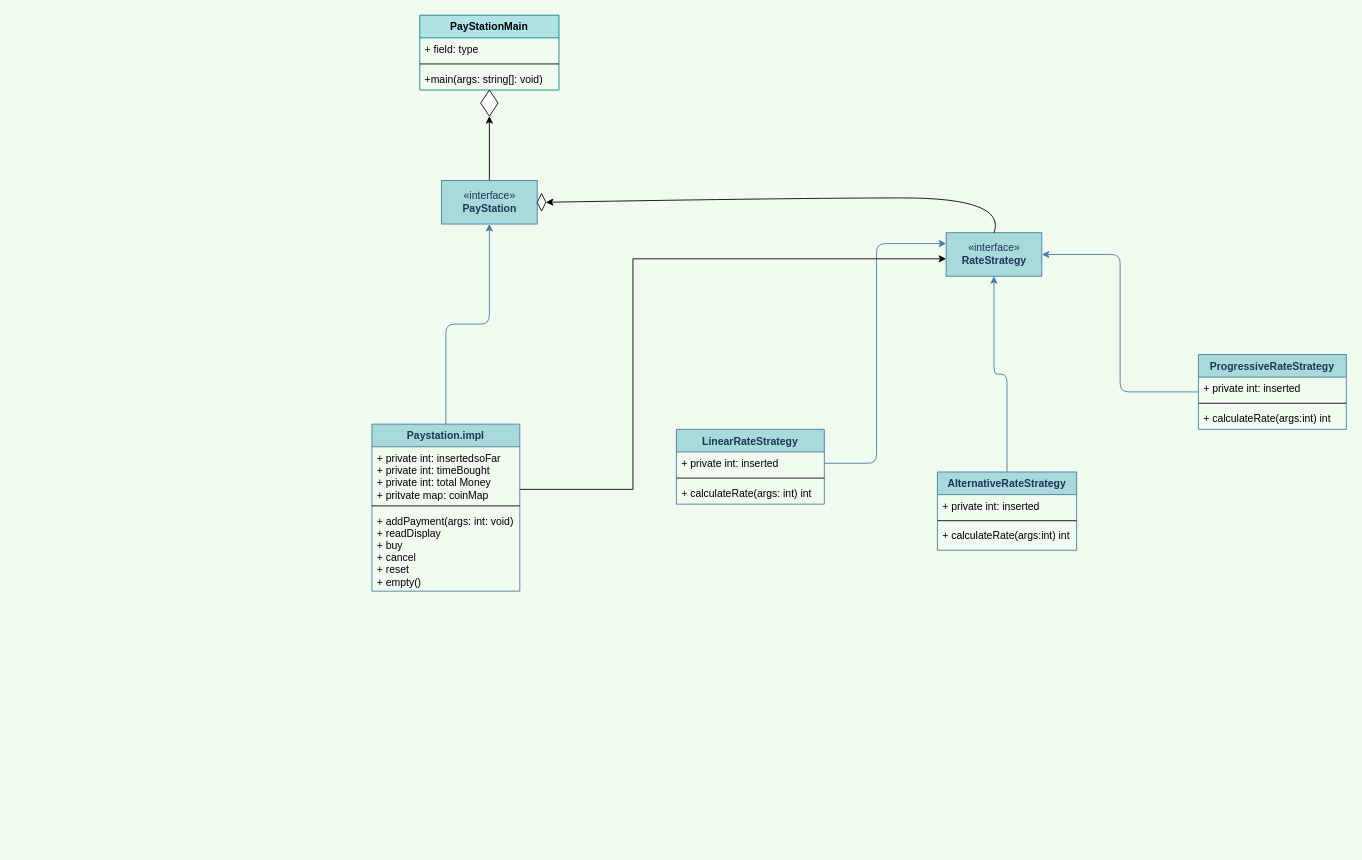
Earlier version of the draw.io diagram .github/Untitled Diagram.drawio (CIS-SoftwareDesign-S21/paystationmain-02-libohova-zhou). Source tidied: cells renumbered, new cells numbered last; positions are measured from the earlier drawing's top-left corner, leaving out a move shared by most shapes. Both pictures are drawn from the tidied source at 87%, with x=0, y=0 at pixel (371, 15).
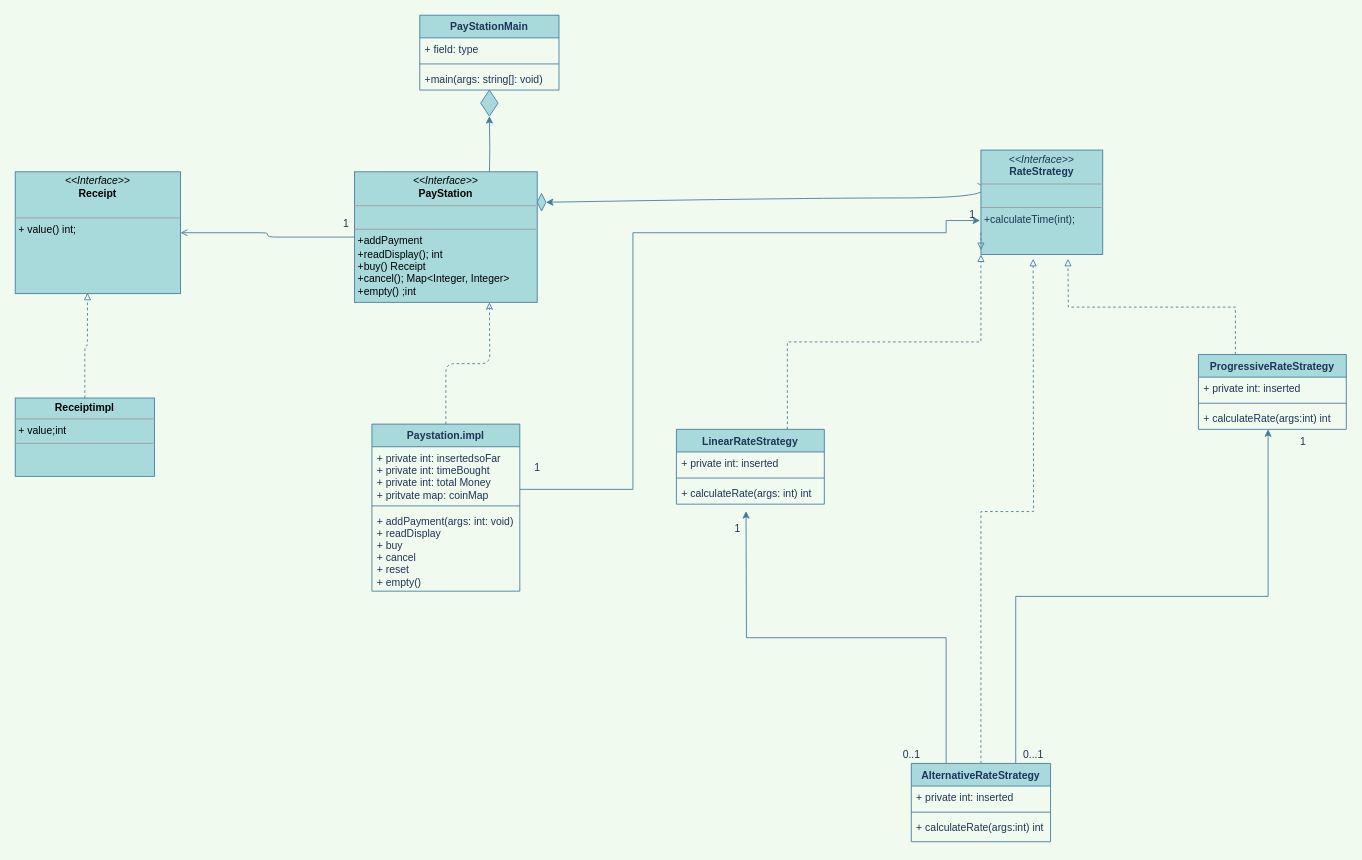
The same diagram, later.

The change refers to these unchanged cells:
```xml
<mxCell id="5" value="ProgressiveRateStrategy" style="swimlane;fontStyle=1;align=center;verticalAlign=top;horizontal=1;startSize=26;rounded=0;sketch=0;strokeColor=#457B9D;fillColor=#A8DADC;fontColor=#1D3557;" parent="1" vertex="1">
  <mxGeometry x="950" y="390" width="170" height="86" as="geometry" />
</mxCell>
<mxCell id="14" value="LinearRateStrategy&#10;" style="swimlane;fontStyle=1;align=center;verticalAlign=top;horizontal=1;startSize=26;rounded=0;sketch=0;strokeColor=#457B9D;fillColor=#A8DADC;fontColor=#1D3557;" parent="1" vertex="1">
  <mxGeometry x="350" y="476" width="170" height="86" as="geometry" />
</mxCell>
<mxCell id="23" value="Paystation.impl" style="swimlane;fontStyle=1;align=center;verticalAlign=top;horizontal=1;startSize=26;rounded=0;sketch=0;strokeColor=#457B9D;fillColor=#A8DADC;fontColor=#1D3557;" parent="1" vertex="1">
  <mxGeometry y="470" width="170" height="192" as="geometry" />
</mxCell>
```

Change to the diagram source:
```diff
@@
-    <mxCell id="2" value="«interface»&lt;br&gt;&lt;b&gt;RateStrategy&lt;/b&gt;" style="html=1;rounded=0;sketch=0;strokeColor=#457B9D;fillColor=#A8DADC;fontColor=#1D3557;" parent="1" vertex="1">
-      <mxGeometry x="660" y="250" width="110" height="50" as="geometry" />
-    </mxCell>
-    <mxCell id="3" style="edgeStyle=orthogonalEdgeStyle;curved=0;rounded=1;sketch=0;orthogonalLoop=1;jettySize=auto;html=1;exitX=0.5;exitY=1;exitDx=0;exitDy=0;strokeColor=#457B9D;fillColor=#A8DADC;fontColor=#1D3557;" parent="1" edge="1" source="2" target="2">
-      <mxGeometry relative="1" as="geometry" />
+    <mxCell id="3" style="edgeStyle=orthogonalEdgeStyle;curved=0;rounded=1;sketch=0;orthogonalLoop=1;jettySize=auto;html=1;exitX=0.5;exitY=1;exitDx=0;exitDy=0;strokeColor=#457B9D;fillColor=#A8DADC;fontColor=#1D3557;labelBackgroundColor=#F1FAEE;" parent="1" edge="1">
+      <mxGeometry relative="1" as="geometry">
+        <mxPoint x="715" y="310" as="sourcePoint" />
+        <mxPoint x="715" y="310" as="targetPoint" />
+      </mxGeometry>
     </mxCell>
-    <mxCell id="4" style="edgeStyle=orthogonalEdgeStyle;curved=0;rounded=1;sketch=0;jettySize=auto;html=1;entryX=1;entryY=0.5;entryDx=0;entryDy=0;strokeColor=#457B9D;fillColor=#A8DADC;fontColor=#1D3557;" parent="1" edge="1" source="5" target="2">
-      <mxGeometry relative="1" as="geometry" />
-    </mxCell>
+    <mxCell id="34" style="edgeStyle=orthogonalEdgeStyle;rounded=0;jettySize=auto;html=1;exitX=0.25;exitY=0;exitDx=0;exitDy=0;dashed=1;endArrow=block;endFill=0;labelBackgroundColor=#F1FAEE;strokeColor=#457B9D;fontColor=#1D3557;" parent="1" edge="1" source="5">
+      <mxGeometry relative="1" as="geometry">
+        <mxPoint x="800" y="280" as="targetPoint" />
+      </mxGeometry>
+    </mxCell>
@@
-    <mxCell id="6" value="+ private int: inserted" style="text;strokeColor=none;fillColor=none;align=left;verticalAlign=top;spacingLeft=4;spacingRight=4;overflow=hidden;" parent="5" vertex="1">
+    <mxCell id="6" value="+ private int: inserted" style="text;strokeColor=none;fillColor=none;align=left;verticalAlign=top;spacingLeft=4;spacingRight=4;overflow=hidden;fontColor=#1D3557;" parent="5" vertex="1">
       <mxGeometry y="26" width="170" height="26" as="geometry" />
     </mxCell>
-    <mxCell id="7" style="line;strokeWidth=1;fillColor=none;align=left;verticalAlign=middle;spacingTop=-1;spacingLeft=3;spacingRight=3;labelPosition=right;" parent="5" vertex="1">
+    <mxCell id="7" style="line;strokeWidth=1;fillColor=none;align=left;verticalAlign=middle;spacingTop=-1;spacingLeft=3;spacingRight=3;labelPosition=right;labelBackgroundColor=#F1FAEE;strokeColor=#457B9D;fontColor=#1D3557;" parent="5" vertex="1">
       <mxGeometry y="52" width="170" height="8" as="geometry" />
     </mxCell>
-    <mxCell id="8" value="+ calculateRate(args:int) int" style="text;strokeColor=none;fillColor=none;align=left;verticalAlign=top;spacingLeft=4;spacingRight=4;overflow=hidden;points=[[0,0.5],[1,0.5]];portConstraint=eastwest;" parent="5" vertex="1">
+    <mxCell id="8" value="+ calculateRate(args:int) int" style="text;strokeColor=none;fillColor=none;align=left;verticalAlign=top;spacingLeft=4;spacingRight=4;overflow=hidden;points=[[0,0.5],[1,0.5]];portConstraint=eastwest;fontColor=#1D3557;" parent="5" vertex="1">
       <mxGeometry y="60" width="170" height="26" as="geometry" />
     </mxCell>
-    <mxCell id="9" style="edgeStyle=orthogonalEdgeStyle;curved=0;rounded=1;sketch=0;jettySize=auto;html=1;exitX=0.5;exitY=0;exitDx=0;exitDy=0;strokeColor=#457B9D;fillColor=#A8DADC;fontColor=#1D3557;" parent="1" edge="1" source="10" target="2">
-      <mxGeometry relative="1" as="geometry" />
-    </mxCell>
+    <mxCell id="35" style="edgeStyle=orthogonalEdgeStyle;rounded=0;jettySize=auto;html=1;exitX=0.75;exitY=0;exitDx=0;exitDy=0;entryX=0.471;entryY=1;entryDx=0;entryDy=0;entryPerimeter=0;labelBackgroundColor=#F1FAEE;strokeColor=#457B9D;fontColor=#1D3557;" parent="1" edge="1" source="10" target="8">
+      <mxGeometry relative="1" as="geometry" />
+    </mxCell>
+    <mxCell id="36" style="edgeStyle=orthogonalEdgeStyle;rounded=0;jettySize=auto;html=1;exitX=0.25;exitY=0;exitDx=0;exitDy=0;labelBackgroundColor=#F1FAEE;strokeColor=#457B9D;fontColor=#1D3557;" parent="1" edge="1" source="10">
+      <mxGeometry relative="1" as="geometry">
+        <mxPoint x="430" y="570" as="targetPoint" />
+      </mxGeometry>
+    </mxCell>
+    <mxCell id="37" style="edgeStyle=orthogonalEdgeStyle;rounded=0;jettySize=auto;html=1;exitX=0.5;exitY=0;exitDx=0;exitDy=0;dashed=1;endArrow=block;endFill=0;labelBackgroundColor=#F1FAEE;strokeColor=#457B9D;fontColor=#1D3557;" parent="1" edge="1" source="10">
+      <mxGeometry relative="1" as="geometry">
+        <mxPoint x="760" y="280" as="targetPoint" />
+      </mxGeometry>
+    </mxCell>
     <mxCell id="10" value="AlternativeRateStrategy" style="swimlane;fontStyle=1;align=center;verticalAlign=top;horizontal=1;startSize=26;rounded=0;sketch=0;strokeColor=#457B9D;fillColor=#A8DADC;fontColor=#1D3557;" parent="1" vertex="1">
-      <mxGeometry x="650" y="525" width="160" height="90" as="geometry" />
+      <mxGeometry x="620" y="860" width="160" height="90" as="geometry" />
     </mxCell>
-    <mxCell id="11" value="+ private int: inserted" style="text;strokeColor=none;fillColor=none;align=left;verticalAlign=top;spacingLeft=4;spacingRight=4;overflow=hidden;" parent="10" vertex="1">
+    <mxCell id="11" value="+ private int: inserted" style="text;strokeColor=none;fillColor=none;align=left;verticalAlign=top;spacingLeft=4;spacingRight=4;overflow=hidden;fontColor=#1D3557;" parent="10" vertex="1">
       <mxGeometry y="26" width="160" height="26" as="geometry" />
     </mxCell>
-    <mxCell id="12" style="line;strokeWidth=1;fillColor=none;align=left;verticalAlign=middle;spacingTop=-1;spacingLeft=3;spacingRight=3;labelPosition=right;" parent="10" vertex="1">
+    <mxCell id="12" style="line;strokeWidth=1;fillColor=none;align=left;verticalAlign=middle;spacingTop=-1;spacingLeft=3;spacingRight=3;labelPosition=right;labelBackgroundColor=#F1FAEE;strokeColor=#457B9D;fontColor=#1D3557;" parent="10" vertex="1">
       <mxGeometry y="52" width="160" height="8" as="geometry" />
     </mxCell>
-    <mxCell id="13" value="+ calculateRate(args:int) int" style="text;strokeColor=none;fillColor=none;align=left;verticalAlign=top;spacingLeft=4;spacingRight=4;overflow=hidden;" parent="10" vertex="1">
+    <mxCell id="13" value="+ calculateRate(args:int) int" style="text;strokeColor=none;fillColor=none;align=left;verticalAlign=top;spacingLeft=4;spacingRight=4;overflow=hidden;fontColor=#1D3557;" parent="10" vertex="1">
       <mxGeometry y="60" width="160" height="30" as="geometry" />
     </mxCell>
+    <mxCell id="38" style="edgeStyle=orthogonalEdgeStyle;rounded=0;jettySize=auto;html=1;exitX=0.75;exitY=0;exitDx=0;exitDy=0;entryX=0;entryY=1;entryDx=0;entryDy=0;dashed=1;endArrow=block;endFill=0;labelBackgroundColor=#F1FAEE;strokeColor=#457B9D;fontColor=#1D3557;" parent="1" edge="1" source="14" target="42">
+      <mxGeometry relative="1" as="geometry" />
+    </mxCell>
@@
-    <mxCell id="15" value="+ private int: inserted" style="text;strokeColor=none;fillColor=none;align=left;verticalAlign=top;spacingLeft=4;spacingRight=4;overflow=hidden;points=[[0,0.5],[1,0.5]];portConstraint=eastwest;" parent="14" vertex="1">
+    <mxCell id="15" value="+ private int: inserted" style="text;strokeColor=none;fillColor=none;align=left;verticalAlign=top;spacingLeft=4;spacingRight=4;overflow=hidden;points=[[0,0.5],[1,0.5]];portConstraint=eastwest;fontColor=#1D3557;" parent="14" vertex="1">
       <mxGeometry y="26" width="170" height="26" as="geometry" />
     </mxCell>
-    <mxCell id="16" style="line;strokeWidth=1;fillColor=none;align=left;verticalAlign=middle;spacingTop=-1;spacingLeft=3;spacingRight=3;labelPosition=right;" parent="14" vertex="1">
+    <mxCell id="16" style="line;strokeWidth=1;fillColor=none;align=left;verticalAlign=middle;spacingTop=-1;spacingLeft=3;spacingRight=3;labelPosition=right;labelBackgroundColor=#F1FAEE;strokeColor=#457B9D;fontColor=#1D3557;" parent="14" vertex="1">
       <mxGeometry y="52" width="170" height="8" as="geometry" />
     </mxCell>
-    <mxCell id="17" value="+ calculateRate(args: int) int" style="text;strokeColor=none;fillColor=none;align=left;verticalAlign=top;spacingLeft=4;spacingRight=4;overflow=hidden;" parent="14" vertex="1">
+    <mxCell id="17" value="+ calculateRate(args: int) int" style="text;strokeColor=none;fillColor=none;align=left;verticalAlign=top;spacingLeft=4;spacingRight=4;overflow=hidden;fontColor=#1D3557;" parent="14" vertex="1">
       <mxGeometry y="60" width="170" height="26" as="geometry" />
     </mxCell>
-    <mxCell id="18" style="edgeStyle=orthogonalEdgeStyle;curved=0;rounded=1;sketch=0;jettySize=auto;html=1;exitX=1;exitY=0.5;exitDx=0;exitDy=0;entryX=0;entryY=0.25;entryDx=0;entryDy=0;strokeColor=#457B9D;fillColor=#A8DADC;fontColor=#1D3557;" parent="1" edge="1" source="15" target="2">
-      <mxGeometry relative="1" as="geometry">
-        <Array as="points">
-          <mxPoint x="580" y="515" />
-          <mxPoint x="580" y="263" />
-        </Array>
-      </mxGeometry>
-    </mxCell>
-    <mxCell id="19" style="edgeStyle=orthogonalEdgeStyle;rounded=0;jettySize=auto;html=1;exitX=0.5;exitY=0;exitDx=0;exitDy=0;entryX=0.5;entryY=1;entryDx=0;entryDy=0;" parent="1" edge="1" source="20" target="31">
-      <mxGeometry relative="1" as="geometry" />
+    <mxCell id="19" style="edgeStyle=orthogonalEdgeStyle;rounded=0;jettySize=auto;html=1;exitX=0.5;exitY=0;exitDx=0;exitDy=0;entryX=0.5;entryY=1;entryDx=0;entryDy=0;labelBackgroundColor=#F1FAEE;strokeColor=#457B9D;fontColor=#1D3557;" parent="1" edge="1" target="31">
+      <mxGeometry relative="1" as="geometry">
+        <mxPoint x="135" y="190" as="sourcePoint" />
+      </mxGeometry>
     </mxCell>
-    <mxCell id="20" value="«interface»&lt;br&gt;&lt;b&gt;PayStation&lt;/b&gt;" style="html=1;rounded=0;sketch=0;strokeColor=#457B9D;fillColor=#A8DADC;fontColor=#1D3557;" parent="1" vertex="1">
-      <mxGeometry x="80" y="190" width="110" height="50" as="geometry" />
-    </mxCell>
-    <mxCell id="21" style="edgeStyle=orthogonalEdgeStyle;curved=0;rounded=1;sketch=0;jettySize=auto;html=1;entryX=0.5;entryY=1;entryDx=0;entryDy=0;strokeColor=#457B9D;fillColor=#A8DADC;fontColor=#1D3557;" parent="1" edge="1" source="23" target="20">
-      <mxGeometry relative="1" as="geometry" />
+    <mxCell id="21" style="edgeStyle=orthogonalEdgeStyle;curved=0;rounded=1;sketch=0;jettySize=auto;html=1;entryX=0.5;entryY=1;entryDx=0;entryDy=0;strokeColor=#457B9D;fillColor=#A8DADC;fontColor=#1D3557;labelBackgroundColor=#F1FAEE;dashed=1;endArrow=classic;endFill=0;" parent="1" edge="1" source="23">
+      <mxGeometry relative="1" as="geometry">
+        <mxPoint x="135" y="330" as="targetPoint" />
+      </mxGeometry>
     </mxCell>
-    <mxCell id="22" style="edgeStyle=orthogonalEdgeStyle;rounded=0;jettySize=auto;html=1;" parent="1" edge="1" source="23" target="2">
+    <mxCell id="22" style="edgeStyle=orthogonalEdgeStyle;rounded=0;jettySize=auto;html=1;labelBackgroundColor=#F1FAEE;strokeColor=#457B9D;fontColor=#1D3557;entryX=-0.007;entryY=0.675;entryDx=0;entryDy=0;entryPerimeter=0;" parent="1" edge="1" source="23" target="42">
       <mxGeometry relative="1" as="geometry">
         <Array as="points">
           <mxPoint x="300" y="545" />
-          <mxPoint x="300" y="280" />
+          <mxPoint x="300" y="250" />
+          <mxPoint x="660" y="250" />
+          <mxPoint x="660" y="236" />
         </Array>
       </mxGeometry>
     </mxCell>
@@
-    <mxCell id="24" value="+ private int: insertedsoFar&#10;+ private int: timeBought&#10;+ private int: total Money&#10;+ pritvate map: coinMap" style="text;strokeColor=none;fillColor=none;align=left;verticalAlign=top;spacingLeft=4;spacingRight=4;overflow=hidden;" parent="23" vertex="1">
+    <mxCell id="24" value="+ private int: insertedsoFar&#10;+ private int: timeBought&#10;+ private int: total Money&#10;+ pritvate map: coinMap" style="text;strokeColor=none;fillColor=none;align=left;verticalAlign=top;spacingLeft=4;spacingRight=4;overflow=hidden;fontColor=#1D3557;" parent="23" vertex="1">
       <mxGeometry y="26" width="170" height="64" as="geometry" />
     </mxCell>
-    <mxCell id="25" style="line;strokeWidth=1;fillColor=none;align=left;verticalAlign=middle;spacingTop=-1;spacingLeft=3;spacingRight=3;labelPosition=right;" parent="23" vertex="1">
+    <mxCell id="25" style="line;strokeWidth=1;fillColor=none;align=left;verticalAlign=middle;spacingTop=-1;spacingLeft=3;spacingRight=3;labelPosition=right;labelBackgroundColor=#F1FAEE;strokeColor=#457B9D;fontColor=#1D3557;" parent="23" vertex="1">
       <mxGeometry y="90" width="170" height="8" as="geometry" />
     </mxCell>
-    <mxCell id="26" value="+ addPayment(args: int: void)&#10;+ readDisplay&#10;+ buy&#10;+ cancel&#10;+ reset&#10;+ empty()&#10;" style="text;strokeColor=none;fillColor=none;align=left;verticalAlign=top;spacingLeft=4;spacingRight=4;overflow=hidden;" parent="23" vertex="1">
+    <mxCell id="26" value="+ addPayment(args: int: void)&#10;+ readDisplay&#10;+ buy&#10;+ cancel&#10;+ reset&#10;+ empty()&#10;" style="text;strokeColor=none;fillColor=none;align=left;verticalAlign=top;spacingLeft=4;spacingRight=4;overflow=hidden;fontColor=#1D3557;" parent="23" vertex="1">
       <mxGeometry y="98" width="170" height="94" as="geometry" />
     </mxCell>
-    <mxCell id="27" value="PayStationMain" style="swimlane;fontStyle=1;align=center;verticalAlign=top;horizontal=1;startSize=26;fillColor=#b0e3e6;strokeColor=#0e8088;" parent="1" vertex="1">
+    <mxCell id="27" value="PayStationMain" style="swimlane;fontStyle=1;align=center;verticalAlign=top;horizontal=1;startSize=26;fillColor=#A8DADC;strokeColor=#457B9D;fontColor=#1D3557;" parent="1" vertex="1">
       <mxGeometry x="55" width="160" height="86" as="geometry" />
     </mxCell>
-    <mxCell id="28" value="+ field: type" style="text;strokeColor=none;fillColor=none;align=left;verticalAlign=top;spacingLeft=4;spacingRight=4;overflow=hidden;" parent="27" vertex="1">
+    <mxCell id="28" value="+ field: type" style="text;strokeColor=none;fillColor=none;align=left;verticalAlign=top;spacingLeft=4;spacingRight=4;overflow=hidden;fontColor=#1D3557;" parent="27" vertex="1">
       <mxGeometry y="26" width="160" height="26" as="geometry" />
     </mxCell>
-    <mxCell id="29" style="line;strokeWidth=1;fillColor=none;align=left;verticalAlign=middle;spacingTop=-1;spacingLeft=3;spacingRight=3;labelPosition=right;" parent="27" vertex="1">
+    <mxCell id="29" style="line;strokeWidth=1;fillColor=none;align=left;verticalAlign=middle;spacingTop=-1;spacingLeft=3;spacingRight=3;labelPosition=right;labelBackgroundColor=#F1FAEE;strokeColor=#457B9D;fontColor=#1D3557;" parent="27" vertex="1">
       <mxGeometry y="52" width="160" height="8" as="geometry" />
     </mxCell>
-    <mxCell id="30" value="+main(args: string[]: void)" style="text;strokeColor=none;fillColor=none;align=left;verticalAlign=top;spacingLeft=4;spacingRight=4;overflow=hidden;" parent="27" vertex="1">
+    <mxCell id="30" value="+main(args: string[]: void)" style="text;strokeColor=none;fillColor=none;align=left;verticalAlign=top;spacingLeft=4;spacingRight=4;overflow=hidden;fontColor=#1D3557;" parent="27" vertex="1">
       <mxGeometry y="60" width="160" height="26" as="geometry" />
     </mxCell>
-    <mxCell id="31" style="rhombus;whiteSpace=wrap;html=1;" parent="1" vertex="1">
+    <mxCell id="31" style="rhombus;whiteSpace=wrap;html=1;fillColor=#A8DADC;strokeColor=#457B9D;fontColor=#1D3557;" parent="1" vertex="1">
       <mxGeometry x="125" y="86" width="20" height="30" as="geometry" />
     </mxCell>
-    <mxCell id="32" style="rhombus;whiteSpace=wrap;html=1;" parent="1" vertex="1">
+    <mxCell id="32" style="rhombus;whiteSpace=wrap;html=1;fillColor=#A8DADC;strokeColor=#457B9D;fontColor=#1D3557;" parent="1" vertex="1">
       <mxGeometry x="190" y="205" width="10" height="20" as="geometry" />
     </mxCell>
-    <mxCell id="33" style="curved=1;endArrow=classic;html=1;entryX=1;entryY=0.5;entryDx=0;entryDy=0;exitX=0.5;exitY=0;exitDx=0;exitDy=0;" parent="1" edge="1" source="2" target="32">
+    <mxCell id="33" style="curved=1;endArrow=classic;html=1;entryX=1;entryY=0.5;entryDx=0;entryDy=0;exitX=-0.029;exitY=0.317;exitDx=0;exitDy=0;exitPerimeter=0;labelBackgroundColor=#F1FAEE;strokeColor=#457B9D;fontColor=#1D3557;" parent="1" edge="1" source="42" target="32">
       <mxGeometry relative="1" as="geometry">
         <Array as="points">
           <mxPoint x="730" y="210" />
           <mxPoint x="490" y="210" />
         </Array>
       </mxGeometry>
     </mxCell>
+    <mxCell id="39" value="1" style="text;html=1;align=center;verticalAlign=middle;fontColor=#1D3557;" parent="1" vertex="1">
+      <mxGeometry x="410" y="580" width="20" height="20" as="geometry" />
+    </mxCell>
+    <mxCell id="40" value="0..1" style="text;html=1;align=center;verticalAlign=middle;fontColor=#1D3557;" parent="1" vertex="1">
+      <mxGeometry x="600" y="840" width="40" height="20" as="geometry" />
+    </mxCell>
+    <mxCell id="41" value="0...1" style="text;html=1;align=center;verticalAlign=middle;fontColor=#1D3557;" parent="1" vertex="1">
+      <mxGeometry x="740" y="840" width="40" height="20" as="geometry" />
+    </mxCell>
+    <mxCell id="42" value="&lt;p style=&quot;margin: 0px ; margin-top: 4px ; text-align: center&quot;&gt;&lt;i&gt;&amp;lt;&amp;lt;Interface&amp;gt;&amp;gt;&lt;/i&gt;&lt;br&gt;&lt;b&gt;RateStrategy&lt;/b&gt;&lt;/p&gt;&lt;hr size=&quot;1&quot;&gt;&lt;p style=&quot;margin: 0px ; margin-left: 4px&quot;&gt;&lt;br&gt;&lt;/p&gt;&lt;hr size=&quot;1&quot;&gt;&lt;p style=&quot;margin: 0px ; margin-left: 4px&quot;&gt;+calculateTime(int);&lt;/p&gt;" style="verticalAlign=top;align=left;overflow=fill;fontSize=12;fontFamily=Helvetica;html=1;fillColor=#A8DADC;strokeColor=#457B9D;fontColor=#1D3557;" parent="1" vertex="1">
+      <mxGeometry x="700" y="155" width="140" height="120" as="geometry" />
+    </mxCell>
+    <mxCell id="43" value="1" style="text;html=1;align=center;verticalAlign=middle;fontColor=#1D3557;" parent="1" vertex="1">
+      <mxGeometry x="1060" y="480" width="20" height="20" as="geometry" />
+    </mxCell>
+    <mxCell id="44" value="1" style="text;html=1;align=center;verticalAlign=middle;fontColor=#1D3557;" parent="1" vertex="1">
+      <mxGeometry x="180" y="510" width="20" height="20" as="geometry" />
+    </mxCell>
+    <mxCell id="45" style="edgeStyle=orthogonalEdgeStyle;curved=0;rounded=1;sketch=0;jettySize=auto;html=1;strokeColor=#457B9D;fillColor=#A8DADC;fontColor=#1D3557;endArrow=open;endFill=0;" parent="1" edge="1" source="46" target="47">
+      <mxGeometry relative="1" as="geometry" />
+    </mxCell>
+    <mxCell id="46" value="&lt;p style=&quot;margin: 0px ; margin-top: 4px ; text-align: center&quot;&gt;&lt;i&gt;&amp;lt;&amp;lt;Interface&amp;gt;&amp;gt;&lt;/i&gt;&lt;br&gt;&lt;b&gt;PayStation&lt;/b&gt;&lt;/p&gt;&lt;hr size=&quot;1&quot;&gt;&lt;p style=&quot;margin: 0px ; margin-left: 4px&quot;&gt;&lt;br&gt;&lt;/p&gt;&lt;hr size=&quot;1&quot;&gt;&lt;p style=&quot;margin: 0px 0px 0px 4px&quot;&gt;+addPayment&lt;/p&gt;&lt;p style=&quot;margin: 0px 0px 0px 4px&quot;&gt;+readDisplay(); int&lt;/p&gt;&lt;p style=&quot;margin: 0px 0px 0px 4px&quot;&gt;+buy() Receipt&lt;/p&gt;&lt;p style=&quot;margin: 0px 0px 0px 4px&quot;&gt;+cancel(); Map&amp;lt;Integer, Integer&amp;gt;&lt;/p&gt;&lt;p style=&quot;margin: 0px 0px 0px 4px&quot;&gt;+empty() ;int&lt;/p&gt;" style="verticalAlign=top;align=left;overflow=fill;fontSize=12;fontFamily=Helvetica;html=1;rounded=0;sketch=0;strokeColor=#457B9D;fillColor=#A8DADC;" parent="1" vertex="1">
+      <mxGeometry x="-20" y="180" width="210" height="150" as="geometry" />
+    </mxCell>
+    <mxCell id="47" value="&lt;p style=&quot;margin: 0px ; margin-top: 4px ; text-align: center&quot;&gt;&lt;i&gt;&amp;lt;&amp;lt;Interface&amp;gt;&amp;gt;&lt;/i&gt;&lt;br&gt;&lt;b&gt;Receipt&lt;/b&gt;&lt;/p&gt;&lt;p style=&quot;margin: 0px ; margin-left: 4px&quot;&gt;&lt;br&gt;&lt;/p&gt;&lt;hr size=&quot;1&quot;&gt;&lt;p style=&quot;margin: 0px ; margin-left: 4px&quot;&gt;+ value() int;&lt;br&gt;&lt;/p&gt;" style="verticalAlign=top;align=left;overflow=fill;fontSize=12;fontFamily=Helvetica;html=1;rounded=0;sketch=0;strokeColor=#457B9D;fillColor=#A8DADC;" parent="1" vertex="1">
+      <mxGeometry x="-410" y="180" width="190" height="140" as="geometry" />
+    </mxCell>
+    <mxCell id="48" style="edgeStyle=orthogonalEdgeStyle;curved=0;rounded=1;sketch=0;jettySize=auto;html=1;entryX=0.437;entryY=0.993;entryDx=0;entryDy=0;entryPerimeter=0;endArrow=block;endFill=0;strokeColor=#457B9D;fillColor=#A8DADC;fontColor=#1D3557;dashed=1;" parent="1" edge="1" source="49" target="47">
+      <mxGeometry relative="1" as="geometry" />
+    </mxCell>
+    <mxCell id="49" value="&lt;p style=&quot;margin: 0px ; margin-top: 4px ; text-align: center&quot;&gt;&lt;b&gt;Receiptimpl&lt;/b&gt;&lt;/p&gt;&lt;hr size=&quot;1&quot;&gt;&lt;p style=&quot;margin: 0px ; margin-left: 4px&quot;&gt;+ value;int&lt;/p&gt;&lt;hr size=&quot;1&quot;&gt;&lt;p style=&quot;margin: 0px ; margin-left: 4px&quot;&gt;&lt;br&gt;&lt;/p&gt;" style="verticalAlign=top;align=left;overflow=fill;fontSize=12;fontFamily=Helvetica;html=1;rounded=0;sketch=0;strokeColor=#457B9D;fillColor=#A8DADC;" parent="1" vertex="1">
+      <mxGeometry x="-410" y="440" width="160" height="90" as="geometry" />
+    </mxCell>
+    <mxCell id="50" value="1" style="text;html=1;align=center;verticalAlign=middle;fontColor=#1D3557;" parent="1" vertex="1">
+      <mxGeometry x="-40" y="230" width="20" height="20" as="geometry" />
+    </mxCell>
+    <mxCell id="51" style="edgeStyle=orthogonalEdgeStyle;curved=0;rounded=1;sketch=0;orthogonalLoop=1;jettySize=auto;html=1;dashed=1;endArrow=block;endFill=0;strokeColor=#457B9D;fillColor=#A8DADC;fontColor=#1D3557;" parent="1" edge="1">
+      <mxGeometry relative="1" as="geometry">
+        <mxPoint x="700" y="250" as="sourcePoint" />
+        <mxPoint x="700" y="270" as="targetPoint" />
+      </mxGeometry>
+    </mxCell>
+    <mxCell id="52" value="1" style="text;html=1;align=center;verticalAlign=middle;fontColor=#1D3557;" parent="1" vertex="1">
+      <mxGeometry x="680" y="220" width="20" height="20" as="geometry" />
+    </mxCell>
```
